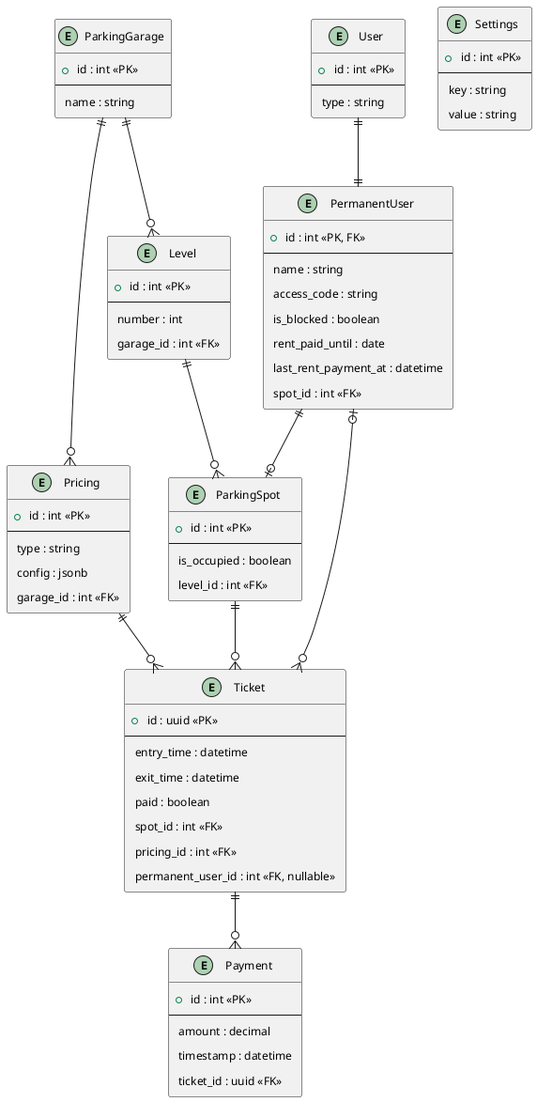
Adyrem/parking keeps this PlantUML diagram as documentation/diagrams/ERD_Realisierung.png. Above is the earlier version. Source of this version:
```plantuml
@startuml

skinparam defaultFontSize 12
skinparam padding 5

entity ParkingGarage {
  +id : int <<PK>>
  --
  name : string
}

entity Level {
  +id : int <<PK>>
  --
  number : int
  garage_id : int <<FK>>
}

entity ParkingSpot {
  +id : int <<PK>>
  --
  is_occupied : boolean
  level_id : int <<FK>>
}

entity Ticket {
  +id : uuid <<PK>>
  --
  entry_time : datetime
  exit_time : datetime
  paid : boolean
  spot_id : int <<FK>>
  pricing_id : int <<FK>>
  permanent_user_id : int <<FK, nullable>>
}

entity Pricing {
  +id : int <<PK>>
  --
  type : string
  config : jsonb
  garage_id : int <<FK>>
}

entity Payment {
  +id : int <<PK>>
  --
  amount : decimal
  timestamp : datetime
  ticket_id : uuid <<FK>>
}

entity User {
  +id : int <<PK>>
  --
  type : string
}

entity PermanentUser {
  +id : int <<PK, FK>>
  --
  name : string
  access_code : string
  is_blocked : boolean
  rent_paid_until : date
  last_rent_payment_at : datetime
  spot_id : int <<FK>>
}

entity Settings {
  +id : int <<PK>>
  --
  key : string
  value : string
}

ParkingGarage ||--o{ Level
ParkingGarage ||--o{ Pricing
Level ||--o{ ParkingSpot
ParkingSpot ||--o{ Ticket
Pricing ||--o{ Ticket

User ||--|| PermanentUser
PermanentUser |o--o{ Ticket
PermanentUser ||--o| ParkingSpot

Ticket ||--o{ Payment

@enduml
```
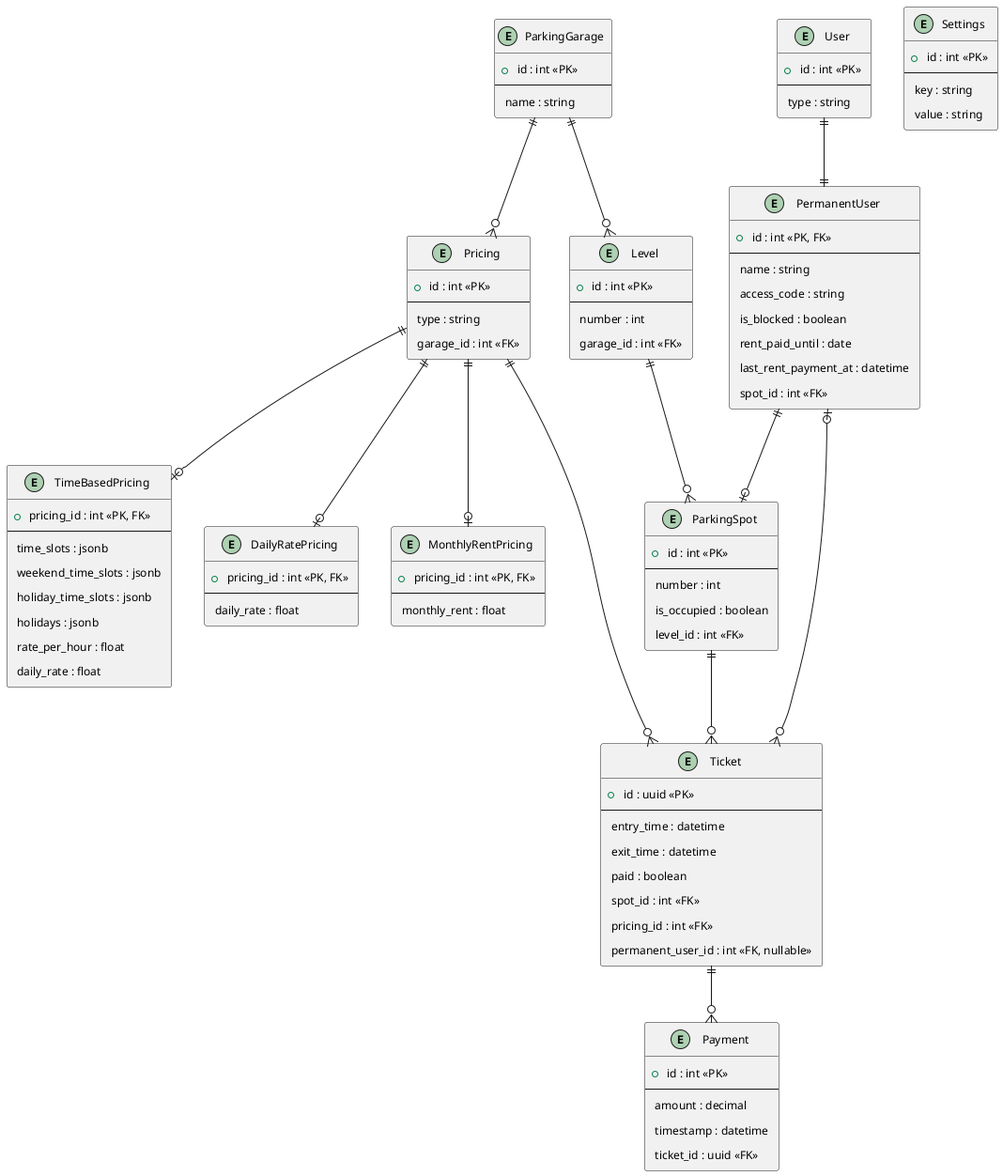
Later version of the same file.

Commit message:
update ERD and presentation

Diff of the diagram source:
```diff
@@ -19,6 +19,7 @@
 entity ParkingSpot {
   +id : int <<PK>>
   --
+  number : int
   is_occupied : boolean
   level_id : int <<FK>>
 }
@@ -38,8 +39,30 @@
   +id : int <<PK>>
   --
   type : string
-  config : jsonb
   garage_id : int <<FK>>
+}
+
+entity TimeBasedPricing {
+  +pricing_id : int <<PK, FK>>
+  --
+  time_slots : jsonb
+  weekend_time_slots : jsonb
+  holiday_time_slots : jsonb
+  holidays : jsonb
+  rate_per_hour : float
+  daily_rate : float
+}
+
+entity DailyRatePricing {
+  +pricing_id : int <<PK, FK>>
+  --
+  daily_rate : float
+}
+
+entity MonthlyRentPricing {
+  +pricing_id : int <<PK, FK>>
+  --
+  monthly_rent : float
 }
 
 entity Payment {
@@ -80,6 +103,10 @@
 ParkingSpot ||--o{ Ticket
 Pricing ||--o{ Ticket
 
+Pricing ||--o| TimeBasedPricing
+Pricing ||--o| DailyRatePricing
+Pricing ||--o| MonthlyRentPricing
+
 User ||--|| PermanentUser
 PermanentUser |o--o{ Ticket
 PermanentUser ||--o| ParkingSpot
```
